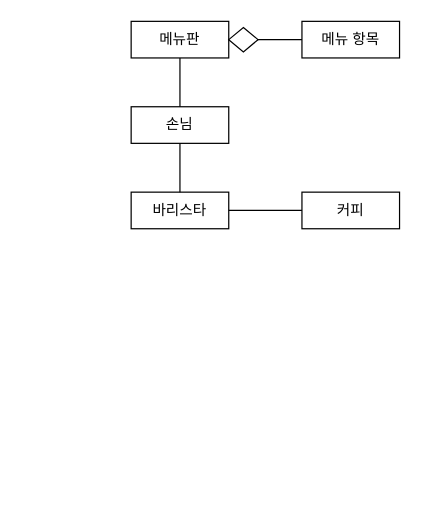
Above: _book/TheEssenceOfObject-Orientation/제목 없는 다이어그램.drawio in eugene-doobu/TIL (draw.io), before the change. Source tidied: cells renumbered, new cells numbered last; positions are measured from the earlier drawing's top-left corner, leaving out a move shared by most shapes. Both pictures are drawn from the tidied source at 122%, with x=0, y=0 at pixel (131, 21).
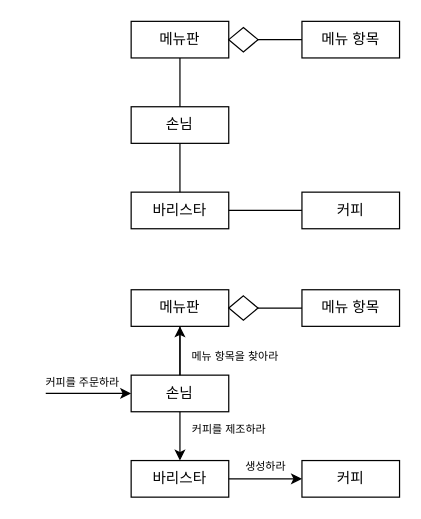
Above is the later version.

Commit message:
제목 없는 다이어그램.drawio 업데이트

Diff of the diagram source:
```diff
@@
+    <mxCell id="12" value="메뉴판" style="rounded=0;whiteSpace=wrap;html=1;" parent="1" vertex="1">
+      <mxGeometry y="220" width="80" height="30" as="geometry" />
+    </mxCell>
+    <mxCell id="13" value="메뉴 항목" style="rounded=0;whiteSpace=wrap;html=1;" parent="1" vertex="1">
+      <mxGeometry x="140" y="220" width="80" height="30" as="geometry" />
+    </mxCell>
+    <mxCell id="14" style="edgeStyle=orthogonalEdgeStyle;rounded=0;jettySize=auto;html=1;fontSize=9;" parent="1" edge="1" source="15" target="12">
+      <mxGeometry relative="1" as="geometry" />
+    </mxCell>
+    <mxCell id="15" value="손님" style="rounded=0;whiteSpace=wrap;html=1;" parent="1" vertex="1">
+      <mxGeometry y="290" width="80" height="30" as="geometry" />
+    </mxCell>
+    <mxCell id="16" value="바리스타" style="rounded=0;whiteSpace=wrap;html=1;" parent="1" vertex="1">
+      <mxGeometry y="360" width="80" height="30" as="geometry" />
+    </mxCell>
+    <mxCell id="17" value="커피" style="rounded=0;whiteSpace=wrap;html=1;" parent="1" vertex="1">
+      <mxGeometry x="140" y="360" width="80" height="30" as="geometry" />
+    </mxCell>
+    <mxCell id="18" style="endArrow=none;html=1;rounded=0;entryX=0.5;entryY=1;entryDx=0;entryDy=0;exitX=0.5;exitY=0;exitDx=0;exitDy=0;" parent="1" edge="1" source="15" target="12">
+      <mxGeometry relative="1" as="geometry" />
+    </mxCell>
+    <mxCell id="19" style="endArrow=none;html=1;rounded=0;entryX=0;entryY=0.5;entryDx=0;entryDy=0;exitX=1;exitY=0.5;exitDx=0;exitDy=0;" parent="1" edge="1" source="12" target="13">
+      <mxGeometry relative="1" as="geometry" />
+    </mxCell>
+    <mxCell id="20" style="rhombus;whiteSpace=wrap;html=1;" parent="1" vertex="1">
+      <mxGeometry x="80" y="225" width="24" height="20" as="geometry" />
+    </mxCell>
+    <mxCell id="21" style="endArrow=classic;html=1;rounded=0;entryX=0;entryY=0.5;entryDx=0;entryDy=0;" parent="1" edge="1" target="15">
+      <mxGeometry relative="1" as="geometry">
+        <mxPoint x="-70" y="305" as="sourcePoint" />
+      </mxGeometry>
+    </mxCell>
+    <mxCell id="22" value="&lt;font style=&quot;font-size: 9px;&quot;&gt;커피를 주문하라&lt;/font&gt;" style="text;html=1;align=center;verticalAlign=middle;strokeColor=none;fillColor=none;" parent="1" vertex="1">
+      <mxGeometry x="-90" y="280" width="100" height="30" as="geometry" />
+    </mxCell>
+    <mxCell id="23" style="endArrow=classic;html=1;rounded=0;fontSize=9;exitX=0.5;exitY=1;exitDx=0;exitDy=0;entryX=0.5;entryY=0;entryDx=0;entryDy=0;" parent="1" edge="1" source="15" target="16">
+      <mxGeometry relative="1" as="geometry" />
+    </mxCell>
+    <mxCell id="24" style="endArrow=classic;html=1;rounded=0;fontSize=9;exitX=1;exitY=0.5;exitDx=0;exitDy=0;entryX=0;entryY=0.5;entryDx=0;entryDy=0;" parent="1" edge="1" source="16" target="17">
+      <mxGeometry relative="1" as="geometry" />
+    </mxCell>
+    <mxCell id="25" value="생성하라" style="text;html=1;align=center;verticalAlign=middle;strokeColor=none;fillColor=none;fontSize=9;" parent="1" vertex="1">
+      <mxGeometry x="80" y="350" width="60" height="30" as="geometry" />
+    </mxCell>
+    <mxCell id="26" value="커피를 제조하라" style="text;html=1;align=center;verticalAlign=middle;strokeColor=none;fillColor=none;fontSize=9;" parent="1" vertex="1">
+      <mxGeometry x="30" y="320" width="100" height="30" as="geometry" />
+    </mxCell>
+    <mxCell id="27" value="메뉴 항목을 찾아라" style="text;html=1;align=center;verticalAlign=middle;fillColor=none;strokeColor=none;rounded=0;fontSize=9;" parent="1" vertex="1">
+      <mxGeometry x="30" y="260" width="110" height="30" as="geometry" />
+    </mxCell>
```
